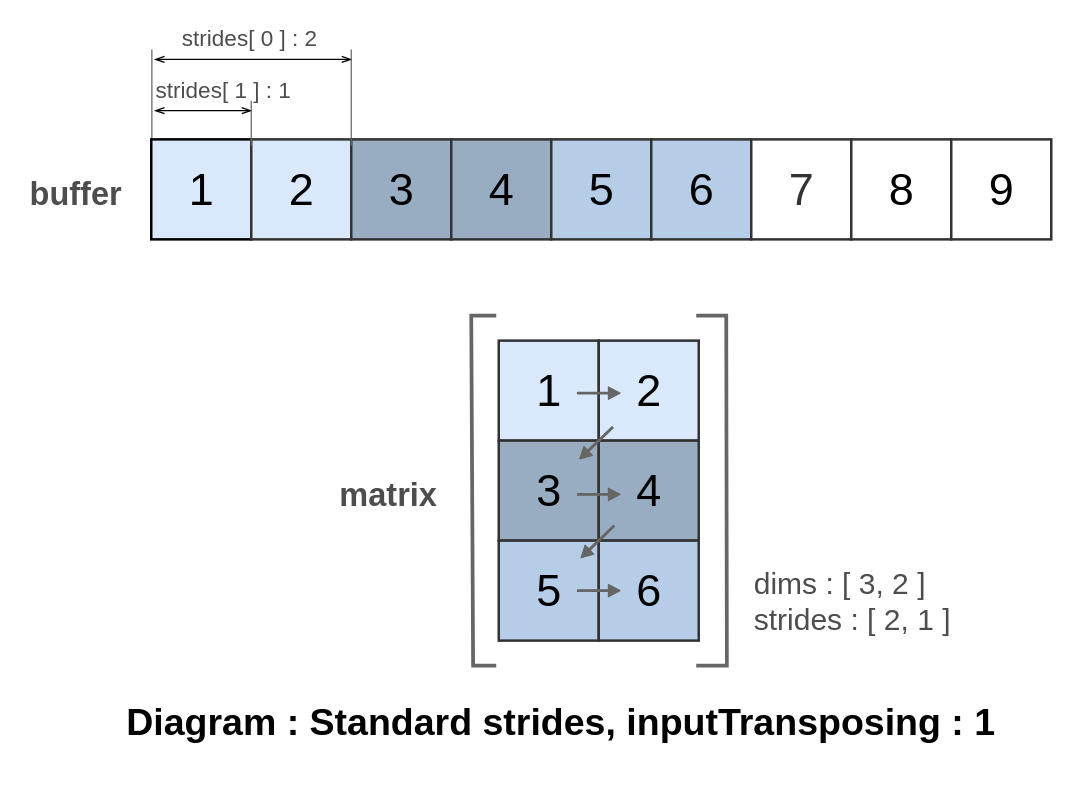
This is page "StandardStrides, Transposing : 1" (3 of 7) of doc/img/Matrix.drawio from Wandalen/wMathMatrix, a draw.io file, before an edit. Source tidied: cells renumbered, new cells numbered last; positions are measured from the earlier drawing's top-left corner, leaving out a move shared by most shapes. Both pictures are drawn from the tidied source at 125%, with x=0, y=0 at pixel (21, 21).
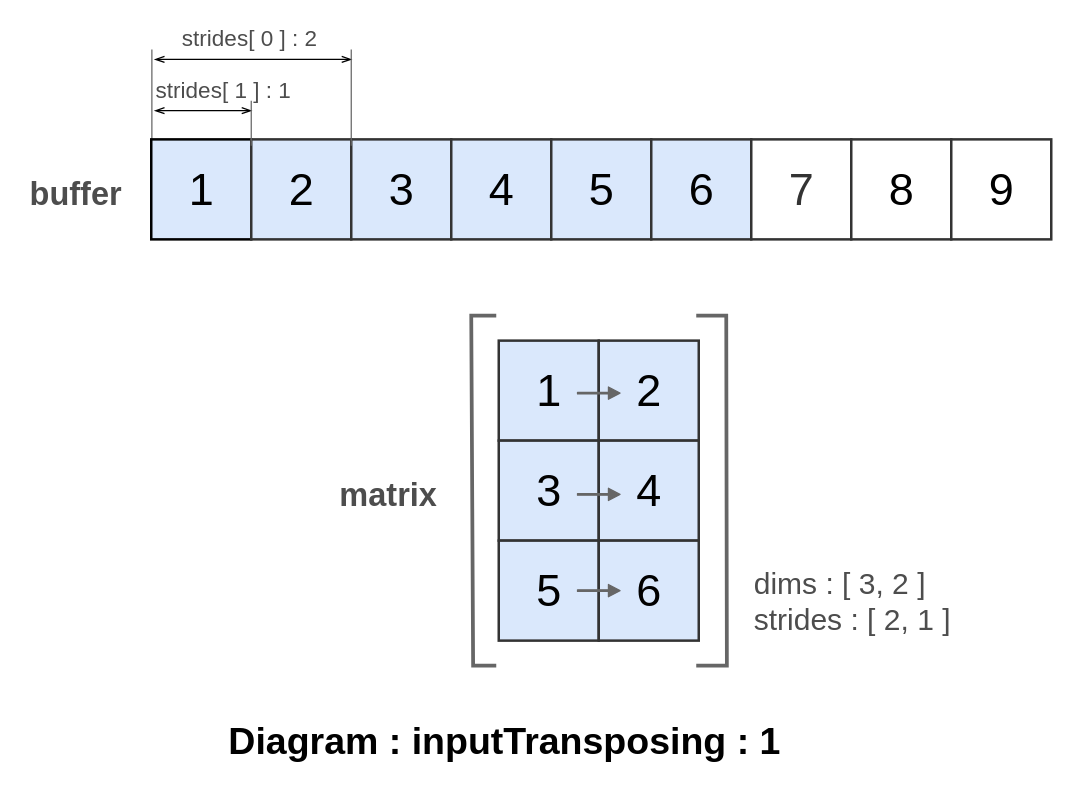
The same page after the edit.

The change refers to these unchanged cells:
```xml
<mxCell id="3" style="group;" parent="1" vertex="1">
  <mxGeometry width="823.5" height="515" as="geometry" />
</mxCell>
```

Diff of the diagram source:
```diff
@@
-    <mxCell id="2" value="Diagram : Standard strides, inputTransposing : 1" style="text;html=1;align=center;verticalAlign=middle;fontSize=30;fontColor=#000000;fontStyle=1;" parent="1" vertex="1">
-      <mxGeometry x="79" y="539" width="703" height="41" as="geometry" />
+    <mxCell id="2" value="Diagram : inputTransposing : 1" style="text;html=1;align=center;verticalAlign=middle;fontSize=30;fontColor=#000000;fontStyle=1;" parent="1" vertex="1">
+      <mxGeometry x="161" y="554" width="450" height="41" as="geometry" />
     </mxCell>
@@
-    <mxCell id="10" value="3" style="whiteSpace=wrap;html=1;strokeWidth=2;fontSize=36;strokeColor=#333333;fillColor=#99ADC2;" parent="3" vertex="1">
+    <mxCell id="10" value="3" style="whiteSpace=wrap;html=1;strokeWidth=2;fontSize=36;strokeColor=#333333;fillColor=#DAE8FC;" parent="3" vertex="1">
       <mxGeometry x="263.5" y="94" width="80" height="80" as="geometry" />
     </mxCell>
-    <mxCell id="11" value="4" style="whiteSpace=wrap;html=1;strokeWidth=2;fontSize=36;fillColor=#99ADC2;strokeColor=#333333;" parent="3" vertex="1">
+    <mxCell id="11" value="4" style="whiteSpace=wrap;html=1;strokeWidth=2;fontSize=36;fillColor=#DAE8FC;strokeColor=#333333;" parent="3" vertex="1">
       <mxGeometry x="343.5" y="94" width="80" height="80" as="geometry" />
     </mxCell>
-    <mxCell id="12" value="5" style="whiteSpace=wrap;html=1;strokeWidth=2;fontSize=36;strokeColor=#333333;fillColor=#B5CDE6;gradientColor=none;" parent="3" vertex="1">
+    <mxCell id="12" value="5" style="whiteSpace=wrap;html=1;strokeWidth=2;fontSize=36;strokeColor=#333333;fillColor=#DAE8FC;gradientColor=none;" parent="3" vertex="1">
       <mxGeometry x="423.5" y="94" width="80" height="80" as="geometry" />
     </mxCell>
-    <mxCell id="13" value="6" style="whiteSpace=wrap;html=1;strokeWidth=2;fontSize=36;fillColor=#B5CDE6;strokeColor=#333333;" parent="3" vertex="1">
+    <mxCell id="13" value="6" style="whiteSpace=wrap;html=1;strokeWidth=2;fontSize=36;fillColor=#DAE8FC;strokeColor=#333333;" parent="3" vertex="1">
       <mxGeometry x="503.5" y="94" width="80" height="80" as="geometry" />
     </mxCell>
@@
-    <mxCell id="21" value="3" style="whiteSpace=wrap;html=1;strokeWidth=2;fontSize=36;strokeColor=#333333;fillColor=#99ADC2;gradientColor=none;fontColor=#000000;" parent="3" vertex="1">
+    <mxCell id="21" value="3" style="whiteSpace=wrap;html=1;strokeWidth=2;fontSize=36;strokeColor=#333333;fillColor=#DAE8FC;gradientColor=none;fontColor=#000000;" parent="3" vertex="1">
       <mxGeometry x="381.5" y="335" width="80" height="80" as="geometry" />
     </mxCell>
-    <mxCell id="22" value="4" style="whiteSpace=wrap;html=1;strokeWidth=2;fontSize=36;strokeColor=#333333;fillColor=#99ADC2;fontColor=#000000;" parent="3" vertex="1">
+    <mxCell id="22" value="4" style="whiteSpace=wrap;html=1;strokeWidth=2;fontSize=36;strokeColor=#333333;fillColor=#DAE8FC;fontColor=#000000;" parent="3" vertex="1">
       <mxGeometry x="461.5" y="335" width="80" height="80" as="geometry" />
     </mxCell>
@@
-    <mxCell id="25" value="5" style="whiteSpace=wrap;html=1;strokeWidth=2;fontSize=36;strokeColor=#333333;fillColor=#B5CDE6;gradientColor=none;fontColor=#000000;" parent="3" vertex="1">
+    <mxCell id="25" value="5" style="whiteSpace=wrap;html=1;strokeWidth=2;fontSize=36;strokeColor=#333333;fillColor=#DAE8FC;gradientColor=none;fontColor=#000000;" parent="3" vertex="1">
       <mxGeometry x="381.5" y="415" width="80" height="80" as="geometry" />
     </mxCell>
-    <mxCell id="26" value="6" style="whiteSpace=wrap;html=1;strokeWidth=2;fontSize=36;strokeColor=#333333;fillColor=#B5CDE6;fontColor=#000000;" parent="3" vertex="1">
+    <mxCell id="26" value="6" style="whiteSpace=wrap;html=1;strokeWidth=2;fontSize=36;strokeColor=#333333;fillColor=#DAE8FC;fontColor=#000000;" parent="3" vertex="1">
       <mxGeometry x="461.5" y="415" width="80" height="80" as="geometry" />
     </mxCell>
@@
-    <mxCell id="30" style="shape=flexArrow;endArrow=classic;html=1;width=1.3548387096774193;endSize=2.7529032258064516;endWidth=7.460978147762747;fillColor=#666666;strokeColor=#666666;" parent="3" edge="1">
-      <mxGeometry relative="1" as="geometry">
-        <mxPoint x="473" y="324" as="sourcePoint" />
-        <mxPoint x="446" y="350" as="targetPoint" />
-      </mxGeometry>
-    </mxCell>
-    <mxCell id="31" style="shape=flexArrow;endArrow=classic;html=1;width=1.3548387096774193;endSize=2.7529032258064516;endWidth=7.460978147762747;fillColor=#666666;strokeColor=#666666;" parent="3" edge="1">
-      <mxGeometry relative="1" as="geometry">
-        <mxPoint x="474" y="403" as="sourcePoint" />
-        <mxPoint x="447" y="429" as="targetPoint" />
-      </mxGeometry>
-    </mxCell>
```
